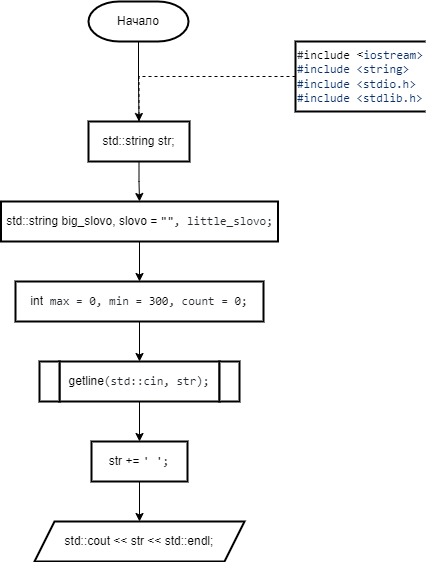
Earlier version of the draw.io export 2 Семестр/Labs/6 Лаба/6 Лаба.png (IlyaFedoseev227/LABS-PNRPU-IVT-22-1b). Source tidied: cells renumbered, new cells last; positions are measured from the earlier drawing's top-left corner, leaving out a move shared by most shapes. The source it was exported from:
```xml
<mxGraphModel>
  <root>
    <mxCell id="0" />
    <mxCell id="1" parent="0" />
    <mxCell id="2" style="edgeStyle=orthogonalEdgeStyle;rounded=0;jettySize=auto;html=1;exitX=0.5;exitY=1;exitDx=0;exitDy=0;exitPerimeter=0;entryX=0.5;entryY=0;entryDx=0;entryDy=0;" parent="1" edge="1" source="3" target="5">
      <mxGeometry relative="1" as="geometry" />
    </mxCell>
    <mxCell id="3" value="Начало" style="strokeWidth=2;html=1;shape=mxgraph.flowchart.terminator;whiteSpace=wrap;" parent="1" vertex="1">
      <mxGeometry x="87" width="100" height="40" as="geometry" />
    </mxCell>
    <mxCell id="4" style="edgeStyle=orthogonalEdgeStyle;rounded=0;jettySize=auto;html=1;exitX=0.5;exitY=1;exitDx=0;exitDy=0;strokeWidth=1;endArrow=classic;endFill=1;" parent="1" edge="1" source="5" target="9">
      <mxGeometry relative="1" as="geometry" />
    </mxCell>
    <mxCell id="5" value="&lt;div style=&quot;text-align: start;&quot;&gt;std::string str;&lt;br&gt;&lt;/div&gt;" style="shape=parallelogram;perimeter=parallelogramPerimeter;whiteSpace=wrap;html=1;fixedSize=1;strokeWidth=2;size=-6;" parent="1" vertex="1">
      <mxGeometry x="87" y="120" width="101" height="40" as="geometry" />
    </mxCell>
    <mxCell id="6" style="edgeStyle=orthogonalEdgeStyle;rounded=0;jettySize=auto;html=1;exitX=0;exitY=0.5;exitDx=0;exitDy=0;exitPerimeter=0;entryX=0.5;entryY=0;entryDx=0;entryDy=0;strokeWidth=1;endArrow=none;endFill=0;dashed=1;" parent="1" edge="1" source="7" target="5">
      <mxGeometry relative="1" as="geometry">
        <Array as="points">
          <mxPoint x="138" y="75" />
        </Array>
      </mxGeometry>
    </mxCell>
    <mxCell id="7" value="&lt;span style=&quot;color: rgb(36, 41, 47); font-family: ui-monospace, SFMono-Regular, &amp;quot;SF Mono&amp;quot;, Menlo, Consolas, &amp;quot;Liberation Mono&amp;quot;, monospace; background-color: rgb(255, 255, 255);&quot;&gt;#&lt;/span&gt;&lt;span style=&quot;box-sizing: border-box; color: var(--color-prettylights-syntax-keyword); font-family: ui-monospace, SFMono-Regular, &amp;quot;SF Mono&amp;quot;, Menlo, Consolas, &amp;quot;Liberation Mono&amp;quot;, monospace; background-color: rgb(255, 255, 255);&quot; class=&quot;pl-k&quot;&gt;include&amp;nbsp;&lt;/span&gt;&lt;span style=&quot;color: rgb(36, 41, 47); font-family: ui-monospace, SFMono-Regular, &amp;quot;SF Mono&amp;quot;, Menlo, Consolas, &amp;quot;Liberation Mono&amp;quot;, monospace; background-color: rgb(255, 255, 255);&quot;&gt;&lt;/span&gt;&lt;span style=&quot;box-sizing: border-box; background-color: rgb(255, 255, 255);&quot; class=&quot;pl-s&quot;&gt;&lt;/span&gt;&amp;lt;&lt;span style=&quot;color: rgb(10, 48, 105); font-family: ui-monospace, SFMono-Regular, &amp;quot;SF Mono&amp;quot;, Menlo, Consolas, &amp;quot;Liberation Mono&amp;quot;, monospace; background-color: rgb(255, 255, 255);&quot;&gt;iostream&lt;/span&gt;&lt;span style=&quot;box-sizing: border-box; color: rgb(10, 48, 105); font-family: ui-monospace, SFMono-Regular, &amp;quot;SF Mono&amp;quot;, Menlo, Consolas, &amp;quot;Liberation Mono&amp;quot;, monospace; background-color: rgb(255, 255, 255);&quot; class=&quot;pl-pds&quot;&gt;&amp;gt;&lt;br&gt;#&lt;span style=&quot;box-sizing: border-box; color: var(--color-prettylights-syntax-keyword);&quot; class=&quot;pl-k&quot;&gt;include&lt;/span&gt;&lt;span style=&quot;color: rgb(36, 41, 47);&quot;&gt; &lt;/span&gt;&lt;span style=&quot;box-sizing: border-box; color: var(--color-prettylights-syntax-string);&quot; class=&quot;pl-s&quot;&gt;&lt;span style=&quot;box-sizing: border-box; color: var(--color-prettylights-syntax-string);&quot; class=&quot;pl-pds&quot;&gt;&amp;lt;&lt;/span&gt;string&lt;span style=&quot;box-sizing: border-box; color: var(--color-prettylights-syntax-string);&quot; class=&quot;pl-pds&quot;&gt;&amp;gt;&lt;br&gt;&lt;/span&gt;&lt;/span&gt;#&lt;span style=&quot;box-sizing: border-box; color: var(--color-prettylights-syntax-keyword);&quot; class=&quot;pl-k&quot;&gt;include&lt;/span&gt;&lt;span style=&quot;color: rgb(36, 41, 47);&quot;&gt; &lt;/span&gt;&lt;span style=&quot;box-sizing: border-box; color: var(--color-prettylights-syntax-string);&quot; class=&quot;pl-s&quot;&gt;&lt;span style=&quot;box-sizing: border-box; color: var(--color-prettylights-syntax-string);&quot; class=&quot;pl-pds&quot;&gt;&amp;lt;&lt;/span&gt;stdio.h&lt;span style=&quot;box-sizing: border-box; color: var(--color-prettylights-syntax-string);&quot; class=&quot;pl-pds&quot;&gt;&amp;gt;&lt;br&gt;&lt;/span&gt;&lt;/span&gt;#&lt;span style=&quot;box-sizing: border-box; color: var(--color-prettylights-syntax-keyword);&quot; class=&quot;pl-k&quot;&gt;include&lt;/span&gt;&lt;span style=&quot;color: rgb(36, 41, 47);&quot;&gt; &lt;/span&gt;&lt;span style=&quot;box-sizing: border-box; color: var(--color-prettylights-syntax-string);&quot; class=&quot;pl-s&quot;&gt;&lt;span style=&quot;box-sizing: border-box; color: var(--color-prettylights-syntax-string);&quot; class=&quot;pl-pds&quot;&gt;&amp;lt;&lt;/span&gt;stdlib.h&lt;span style=&quot;box-sizing: border-box; color: var(--color-prettylights-syntax-string);&quot; class=&quot;pl-pds&quot;&gt;&amp;gt;&lt;/span&gt;&lt;/span&gt;&lt;br&gt;&lt;/span&gt;" style="strokeWidth=2;html=1;shape=mxgraph.flowchart.annotation_1;align=left;" parent="1" vertex="1">
      <mxGeometry x="294" y="40" width="130" height="70" as="geometry" />
    </mxCell>
    <mxCell id="8" style="edgeStyle=orthogonalEdgeStyle;rounded=0;jettySize=auto;html=1;exitX=0.5;exitY=1;exitDx=0;exitDy=0;strokeWidth=1;endArrow=classic;endFill=1;" parent="1" edge="1" source="9" target="11">
      <mxGeometry relative="1" as="geometry" />
    </mxCell>
    <mxCell id="9" value="&lt;div style=&quot;text-align: start;&quot;&gt;std::string big_slovo, slovo = &lt;span style=&quot;box-sizing: border-box; color: var(--color-prettylights-syntax-string); font-family: ui-monospace, SFMono-Regular, &amp;quot;SF Mono&amp;quot;, Menlo, Consolas, &amp;quot;Liberation Mono&amp;quot;, monospace; background-color: rgb(255, 255, 255);&quot; class=&quot;pl-s&quot;&gt;&lt;span style=&quot;box-sizing: border-box; color: var(--color-prettylights-syntax-string);&quot; class=&quot;pl-pds&quot;&gt;&quot;&lt;/span&gt;&lt;span style=&quot;box-sizing: border-box; color: var(--color-prettylights-syntax-string);&quot; class=&quot;pl-pds&quot;&gt;&quot;&lt;/span&gt;&lt;/span&gt;&lt;span style=&quot;color: rgb(36, 41, 47); font-family: ui-monospace, SFMono-Regular, &amp;quot;SF Mono&amp;quot;, Menlo, Consolas, &amp;quot;Liberation Mono&amp;quot;, monospace; background-color: rgb(255, 255, 255);&quot;&gt;, little_slovo;&lt;/span&gt;&lt;br&gt;&lt;/div&gt;" style="shape=parallelogram;perimeter=parallelogramPerimeter;whiteSpace=wrap;html=1;fixedSize=1;strokeWidth=2;size=-6;" parent="1" vertex="1">
      <mxGeometry x="-0.5" y="200" width="277" height="40" as="geometry" />
    </mxCell>
    <mxCell id="10" style="edgeStyle=orthogonalEdgeStyle;rounded=0;jettySize=auto;html=1;exitX=0.5;exitY=1;exitDx=0;exitDy=0;strokeWidth=1;endArrow=classic;endFill=1;entryX=0.5;entryY=0;entryDx=0;entryDy=0;" parent="1" edge="1" source="11" target="13">
      <mxGeometry relative="1" as="geometry" />
    </mxCell>
    <mxCell id="11" value="&lt;div style=&quot;text-align: start;&quot;&gt;int&lt;span style=&quot;color: rgb(36, 41, 47); font-family: ui-monospace, SFMono-Regular, &amp;quot;SF Mono&amp;quot;, Menlo, Consolas, &amp;quot;Liberation Mono&amp;quot;, monospace; background-color: rgb(255, 255, 255);&quot;&gt; max = &lt;/span&gt;&lt;span style=&quot;box-sizing: border-box; color: var(--color-prettylights-syntax-constant); font-family: ui-monospace, SFMono-Regular, &amp;quot;SF Mono&amp;quot;, Menlo, Consolas, &amp;quot;Liberation Mono&amp;quot;, monospace; background-color: rgb(255, 255, 255);&quot; class=&quot;pl-c1&quot;&gt;0&lt;/span&gt;&lt;span style=&quot;color: rgb(36, 41, 47); font-family: ui-monospace, SFMono-Regular, &amp;quot;SF Mono&amp;quot;, Menlo, Consolas, &amp;quot;Liberation Mono&amp;quot;, monospace; background-color: rgb(255, 255, 255);&quot;&gt;, min = &lt;/span&gt;&lt;span style=&quot;box-sizing: border-box; color: var(--color-prettylights-syntax-constant); font-family: ui-monospace, SFMono-Regular, &amp;quot;SF Mono&amp;quot;, Menlo, Consolas, &amp;quot;Liberation Mono&amp;quot;, monospace; background-color: rgb(255, 255, 255);&quot; class=&quot;pl-c1&quot;&gt;300&lt;/span&gt;&lt;span style=&quot;color: rgb(36, 41, 47); font-family: ui-monospace, SFMono-Regular, &amp;quot;SF Mono&amp;quot;, Menlo, Consolas, &amp;quot;Liberation Mono&amp;quot;, monospace; background-color: rgb(255, 255, 255);&quot;&gt;, count = &lt;/span&gt;&lt;span style=&quot;box-sizing: border-box; color: var(--color-prettylights-syntax-constant); font-family: ui-monospace, SFMono-Regular, &amp;quot;SF Mono&amp;quot;, Menlo, Consolas, &amp;quot;Liberation Mono&amp;quot;, monospace; background-color: rgb(255, 255, 255);&quot; class=&quot;pl-c1&quot;&gt;0&lt;/span&gt;&lt;span style=&quot;color: rgb(36, 41, 47); font-family: ui-monospace, SFMono-Regular, &amp;quot;SF Mono&amp;quot;, Menlo, Consolas, &amp;quot;Liberation Mono&amp;quot;, monospace; background-color: rgb(255, 255, 255);&quot;&gt;;&lt;/span&gt;&lt;br&gt;&lt;/div&gt;" style="shape=parallelogram;perimeter=parallelogramPerimeter;whiteSpace=wrap;html=1;fixedSize=1;strokeWidth=2;size=-6;" parent="1" vertex="1">
      <mxGeometry x="14" y="280" width="248" height="40" as="geometry" />
    </mxCell>
    <mxCell id="12" style="edgeStyle=orthogonalEdgeStyle;rounded=0;jettySize=auto;html=1;exitX=0.5;exitY=1;exitDx=0;exitDy=0;strokeWidth=1;endArrow=classic;endFill=1;" parent="1" edge="1" source="13" target="17">
      <mxGeometry relative="1" as="geometry" />
    </mxCell>
    <mxCell id="13" value="&lt;div style=&quot;text-align: start;&quot;&gt;getline&lt;span style=&quot;color: rgb(36, 41, 47); font-family: ui-monospace, SFMono-Regular, &amp;quot;SF Mono&amp;quot;, Menlo, Consolas, &amp;quot;Liberation Mono&amp;quot;, monospace; background-color: rgb(255, 255, 255);&quot;&gt;(std::cin, str);&lt;/span&gt;&lt;br&gt;&lt;/div&gt;" style="shape=parallelogram;perimeter=parallelogramPerimeter;whiteSpace=wrap;html=1;fixedSize=1;strokeWidth=2;size=-6;" parent="1" vertex="1">
      <mxGeometry x="58" y="360" width="160" height="40" as="geometry" />
    </mxCell>
    <mxCell id="14" value="&lt;div style=&quot;text-align: start;&quot;&gt;&lt;br&gt;&lt;/div&gt;" style="shape=parallelogram;perimeter=parallelogramPerimeter;whiteSpace=wrap;html=1;fixedSize=1;strokeWidth=2;size=-6;" parent="1" vertex="1">
      <mxGeometry x="218" y="360" width="20" height="40" as="geometry" />
    </mxCell>
    <mxCell id="15" value="&lt;div style=&quot;text-align: start;&quot;&gt;&lt;br&gt;&lt;/div&gt;" style="shape=parallelogram;perimeter=parallelogramPerimeter;whiteSpace=wrap;html=1;fixedSize=1;strokeWidth=2;size=-6;" parent="1" vertex="1">
      <mxGeometry x="38" y="360" width="20" height="40" as="geometry" />
    </mxCell>
    <mxCell id="16" style="edgeStyle=orthogonalEdgeStyle;rounded=0;jettySize=auto;html=1;exitX=0.5;exitY=1;exitDx=0;exitDy=0;entryX=0.5;entryY=0;entryDx=0;entryDy=0;strokeWidth=1;endArrow=classic;endFill=1;" parent="1" edge="1" source="17" target="18">
      <mxGeometry relative="1" as="geometry" />
    </mxCell>
    <mxCell id="17" value="&lt;div style=&quot;text-align: start;&quot;&gt;str += &lt;span style=&quot;box-sizing: border-box; color: var(--color-prettylights-syntax-string); font-family: ui-monospace, SFMono-Regular, &amp;quot;SF Mono&amp;quot;, Menlo, Consolas, &amp;quot;Liberation Mono&amp;quot;, monospace; background-color: rgb(255, 255, 255);&quot; class=&quot;pl-s&quot;&gt;&lt;span style=&quot;box-sizing: border-box; color: var(--color-prettylights-syntax-string);&quot; class=&quot;pl-pds&quot;&gt;'&lt;/span&gt; &lt;span style=&quot;box-sizing: border-box; color: var(--color-prettylights-syntax-string);&quot; class=&quot;pl-pds&quot;&gt;'&lt;/span&gt;&lt;/span&gt;&lt;span style=&quot;color: rgb(36, 41, 47); font-family: ui-monospace, SFMono-Regular, &amp;quot;SF Mono&amp;quot;, Menlo, Consolas, &amp;quot;Liberation Mono&amp;quot;, monospace; background-color: rgb(255, 255, 255);&quot;&gt;;&lt;/span&gt;&lt;br&gt;&lt;/div&gt;" style="shape=parallelogram;perimeter=parallelogramPerimeter;whiteSpace=wrap;html=1;fixedSize=1;strokeWidth=2;size=-6;" parent="1" vertex="1">
      <mxGeometry x="90" y="440" width="96" height="40" as="geometry" />
    </mxCell>
    <mxCell id="18" value="&lt;div style=&quot;text-align: start;&quot;&gt;std::cout &amp;lt;&amp;lt; str &amp;lt;&amp;lt; std::endl;&lt;br&gt;&lt;/div&gt;" style="shape=parallelogram;perimeter=parallelogramPerimeter;whiteSpace=wrap;html=1;fixedSize=1;strokeWidth=2;size=20;" parent="1" vertex="1">
      <mxGeometry x="33" y="520" width="210" height="40" as="geometry" />
    </mxCell>
  </root>
</mxGraphModel>
```
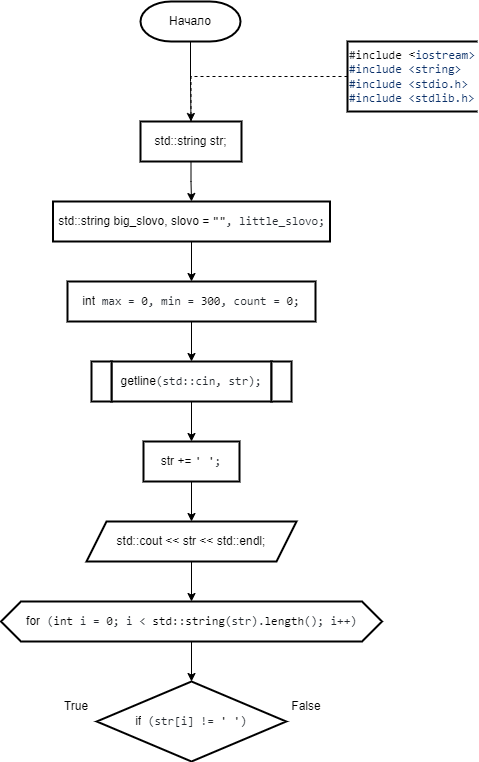
The same diagram one commit later.

What changed in the source:
```diff
@@ -54,8 +54,26 @@
     <mxCell id="17" value="&lt;div style=&quot;text-align: start;&quot;&gt;str += &lt;span style=&quot;box-sizing: border-box; color: var(--color-prettylights-syntax-string); font-family: ui-monospace, SFMono-Regular, &amp;quot;SF Mono&amp;quot;, Menlo, Consolas, &amp;quot;Liberation Mono&amp;quot;, monospace; background-color: rgb(255, 255, 255);&quot; class=&quot;pl-s&quot;&gt;&lt;span style=&quot;box-sizing: border-box; color: var(--color-prettylights-syntax-string);&quot; class=&quot;pl-pds&quot;&gt;'&lt;/span&gt; &lt;span style=&quot;box-sizing: border-box; color: var(--color-prettylights-syntax-string);&quot; class=&quot;pl-pds&quot;&gt;'&lt;/span&gt;&lt;/span&gt;&lt;span style=&quot;color: rgb(36, 41, 47); font-family: ui-monospace, SFMono-Regular, &amp;quot;SF Mono&amp;quot;, Menlo, Consolas, &amp;quot;Liberation Mono&amp;quot;, monospace; background-color: rgb(255, 255, 255);&quot;&gt;;&lt;/span&gt;&lt;br&gt;&lt;/div&gt;" style="shape=parallelogram;perimeter=parallelogramPerimeter;whiteSpace=wrap;html=1;fixedSize=1;strokeWidth=2;size=-6;" parent="1" vertex="1">
       <mxGeometry x="90" y="440" width="96" height="40" as="geometry" />
     </mxCell>
+    <mxCell id="19" style="edgeStyle=orthogonalEdgeStyle;rounded=0;jettySize=auto;html=1;exitX=0.5;exitY=1;exitDx=0;exitDy=0;entryX=0.5;entryY=0;entryDx=0;entryDy=0;strokeWidth=1;endArrow=classic;endFill=1;" parent="1" edge="1" source="18" target="21">
+      <mxGeometry relative="1" as="geometry" />
+    </mxCell>
     <mxCell id="18" value="&lt;div style=&quot;text-align: start;&quot;&gt;std::cout &amp;lt;&amp;lt; str &amp;lt;&amp;lt; std::endl;&lt;br&gt;&lt;/div&gt;" style="shape=parallelogram;perimeter=parallelogramPerimeter;whiteSpace=wrap;html=1;fixedSize=1;strokeWidth=2;size=20;" parent="1" vertex="1">
       <mxGeometry x="33" y="520" width="210" height="40" as="geometry" />
     </mxCell>
+    <mxCell id="20" style="edgeStyle=orthogonalEdgeStyle;rounded=0;jettySize=auto;html=1;exitX=0.5;exitY=1;exitDx=0;exitDy=0;entryX=0.5;entryY=0;entryDx=0;entryDy=0;strokeWidth=1;endArrow=classic;endFill=1;" parent="1" edge="1" source="21" target="22">
+      <mxGeometry relative="1" as="geometry" />
+    </mxCell>
+    <mxCell id="21" value="&lt;div style=&quot;text-align: start;&quot;&gt;for&lt;span style=&quot;color: rgb(36, 41, 47); font-family: ui-monospace, SFMono-Regular, &amp;quot;SF Mono&amp;quot;, Menlo, Consolas, &amp;quot;Liberation Mono&amp;quot;, monospace; background-color: rgb(255, 255, 255);&quot;&gt; (&lt;/span&gt;&lt;span style=&quot;box-sizing: border-box; color: var(--color-prettylights-syntax-keyword); font-family: ui-monospace, SFMono-Regular, &amp;quot;SF Mono&amp;quot;, Menlo, Consolas, &amp;quot;Liberation Mono&amp;quot;, monospace; background-color: rgb(255, 255, 255);&quot; class=&quot;pl-k&quot;&gt;int&lt;/span&gt;&lt;span style=&quot;color: rgb(36, 41, 47); font-family: ui-monospace, SFMono-Regular, &amp;quot;SF Mono&amp;quot;, Menlo, Consolas, &amp;quot;Liberation Mono&amp;quot;, monospace; background-color: rgb(255, 255, 255);&quot;&gt; i = &lt;/span&gt;&lt;span style=&quot;box-sizing: border-box; color: var(--color-prettylights-syntax-constant); font-family: ui-monospace, SFMono-Regular, &amp;quot;SF Mono&amp;quot;, Menlo, Consolas, &amp;quot;Liberation Mono&amp;quot;, monospace; background-color: rgb(255, 255, 255);&quot; class=&quot;pl-c1&quot;&gt;0&lt;/span&gt;&lt;span style=&quot;color: rgb(36, 41, 47); font-family: ui-monospace, SFMono-Regular, &amp;quot;SF Mono&amp;quot;, Menlo, Consolas, &amp;quot;Liberation Mono&amp;quot;, monospace; background-color: rgb(255, 255, 255);&quot;&gt;; i &amp;lt; &lt;/span&gt;&lt;span style=&quot;box-sizing: border-box; color: var(--color-prettylights-syntax-constant); font-family: ui-monospace, SFMono-Regular, &amp;quot;SF Mono&amp;quot;, Menlo, Consolas, &amp;quot;Liberation Mono&amp;quot;, monospace; background-color: rgb(255, 255, 255);&quot; class=&quot;pl-c1&quot;&gt;std::string&lt;/span&gt;&lt;span style=&quot;color: rgb(36, 41, 47); font-family: ui-monospace, SFMono-Regular, &amp;quot;SF Mono&amp;quot;, Menlo, Consolas, &amp;quot;Liberation Mono&amp;quot;, monospace; background-color: rgb(255, 255, 255);&quot;&gt;(str).&lt;/span&gt;&lt;span style=&quot;box-sizing: border-box; color: var(--color-prettylights-syntax-constant); font-family: ui-monospace, SFMono-Regular, &amp;quot;SF Mono&amp;quot;, Menlo, Consolas, &amp;quot;Liberation Mono&amp;quot;, monospace; background-color: rgb(255, 255, 255);&quot; class=&quot;pl-c1&quot;&gt;length&lt;/span&gt;&lt;span style=&quot;color: rgb(36, 41, 47); font-family: ui-monospace, SFMono-Regular, &amp;quot;SF Mono&amp;quot;, Menlo, Consolas, &amp;quot;Liberation Mono&amp;quot;, monospace; background-color: rgb(255, 255, 255);&quot;&gt;(); i++)&lt;/span&gt;&lt;br&gt;&lt;/div&gt;" style="shape=hexagon;perimeter=hexagonPerimeter2;whiteSpace=wrap;html=1;fixedSize=1;strokeWidth=2;" parent="1" vertex="1">
+      <mxGeometry x="-52.5" y="600" width="381" height="40" as="geometry" />
+    </mxCell>
+    <mxCell id="22" value="&lt;div style=&quot;text-align: start;&quot;&gt;if&lt;span style=&quot;color: rgb(36, 41, 47); font-family: ui-monospace, SFMono-Regular, &amp;quot;SF Mono&amp;quot;, Menlo, Consolas, &amp;quot;Liberation Mono&amp;quot;, monospace; background-color: rgb(255, 255, 255);&quot;&gt; (str[i] != &lt;/span&gt;&lt;span style=&quot;box-sizing: border-box; color: var(--color-prettylights-syntax-string); font-family: ui-monospace, SFMono-Regular, &amp;quot;SF Mono&amp;quot;, Menlo, Consolas, &amp;quot;Liberation Mono&amp;quot;, monospace; background-color: rgb(255, 255, 255);&quot; class=&quot;pl-s&quot;&gt;&lt;span style=&quot;box-sizing: border-box; color: var(--color-prettylights-syntax-string);&quot; class=&quot;pl-pds&quot;&gt;'&lt;/span&gt; &lt;span style=&quot;box-sizing: border-box; color: var(--color-prettylights-syntax-string);&quot; class=&quot;pl-pds&quot;&gt;'&lt;/span&gt;&lt;/span&gt;&lt;span style=&quot;color: rgb(36, 41, 47); font-family: ui-monospace, SFMono-Regular, &amp;quot;SF Mono&amp;quot;, Menlo, Consolas, &amp;quot;Liberation Mono&amp;quot;, monospace; background-color: rgb(255, 255, 255);&quot;&gt;)&lt;/span&gt;&lt;br&gt;&lt;/div&gt;" style="rhombus;whiteSpace=wrap;html=1;strokeWidth=2;" parent="1" vertex="1">
+      <mxGeometry x="43.2" y="680" width="189.5" height="80" as="geometry" />
+    </mxCell>
+    <mxCell id="23" value="True" style="text;html=1;strokeColor=none;fillColor=none;align=center;verticalAlign=middle;whiteSpace=wrap;rounded=0;strokeWidth=2;" parent="1" vertex="1">
+      <mxGeometry x="-7" y="690" width="60" height="30" as="geometry" />
+    </mxCell>
+    <mxCell id="24" value="False" style="text;html=1;strokeColor=none;fillColor=none;align=center;verticalAlign=middle;whiteSpace=wrap;rounded=0;strokeWidth=2;" parent="1" vertex="1">
+      <mxGeometry x="223" y="690" width="60" height="30" as="geometry" />
+    </mxCell>
   </root>
 </mxGraphModel>
```
